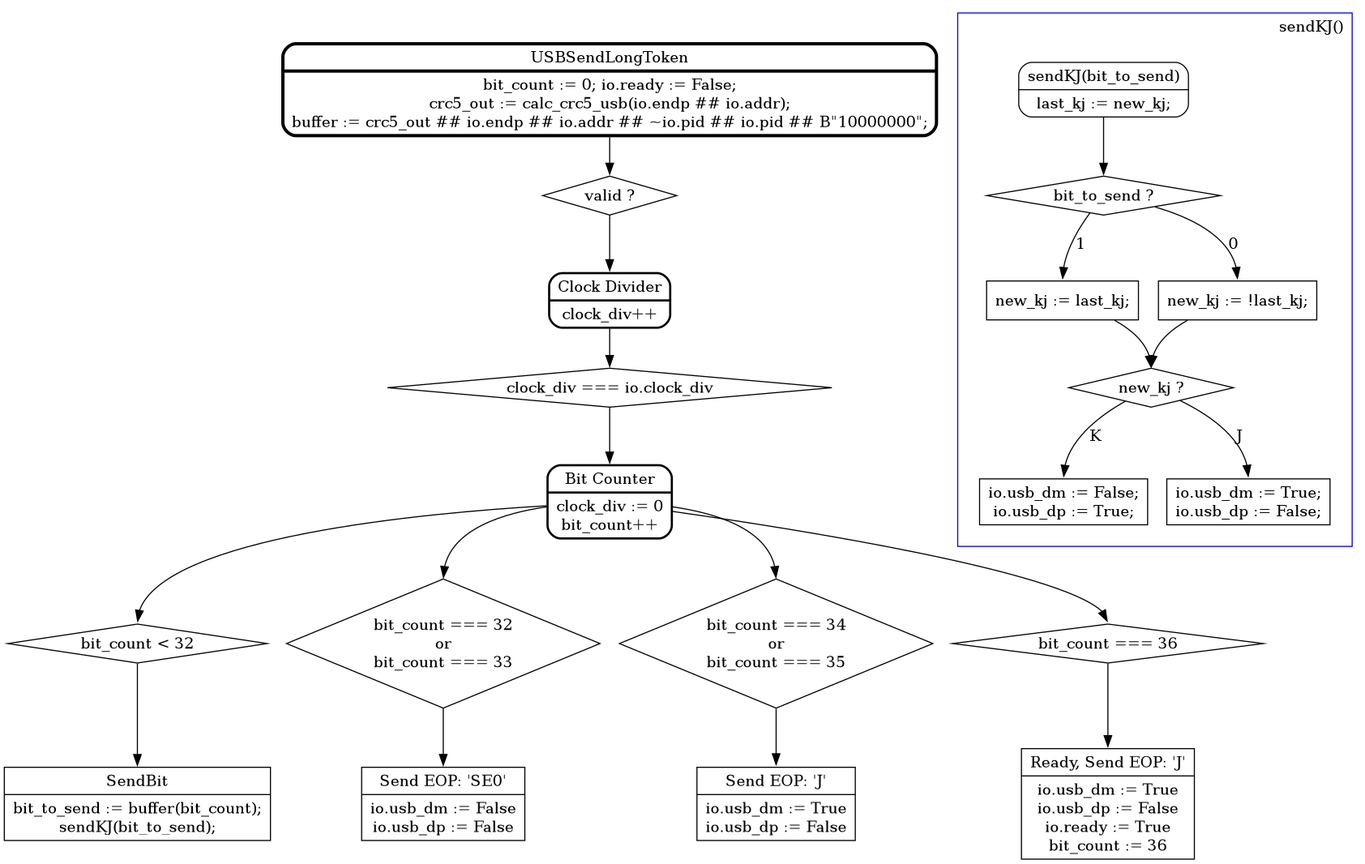
Above: doc/graphs/USB10/USBSendLongToken.png in pointcheck/KarnixSOC (Graphviz), before the change. Its source is kept beside it as doc/graphs/USB10/USBSendLongToken.dot. Its diagram source:
```dot
digraph USBSendLongToken {


	rankdir=TB; // Layout from top to bottom
	node [shape=Mrecord]; // Shape of the nodes



	Init [penwidth=3, label = "{USBSendLongToken|bit_count := 0; io.ready := False;\ncrc5_out := calc_crc5_usb(io.endp ## io.addr);\nbuffer := crc5_out ## io.endp ## io.addr ## ~io.pid ## io.pid ## B\"10000000\";}"];
	Init -> Valid_box; Valid_box [shape = diamond, label = "valid ?"];
	Valid_box -> ClockDiv; ClockDiv [penwidth=2, label = "{Clock Divider|clock_div++}"];
	ClockDiv -> Strobe_box; Strobe_box [shape = diamond, label = "clock_div === io.clock_div"];
	Strobe_box -> CountBits; CountBits [penwidth=2, label = "{Bit Counter|clock_div := 0\nbit_count++}"];

	CountBits -> LessThan32_box:n; LessThan32_box [shape = diamond, label = "bit_count < 32"];
	LessThan32_box -> SendBit; SendBit [shape = record, label = "{SendBit|bit_to_send := buffer(bit_count);\nsendKJ(bit_to_send);}"];

	CountBits -> Is3233:n; Is3233 [shape = diamond, label = "bit_count === 32\nor\nbit_count === 33"]; Is3233 -> Is3233_box; Is3233_box [shape = record, label = "{Send EOP: 'SE0'|io.usb_dm := False\nio.usb_dp := False}"];

	CountBits -> Is3435_box:n; Is3435_box [shape = diamond, label = "bit_count === 34\nor\nbit_count === 35"];
	Is3435_box -> Is3435:n; Is3435 [shape = record, label = "{Send EOP: 'J'|io.usb_dm := True\nio.usb_dp := False}"];

	CountBits -> Is36:n; Is36 [shape = diamond, label = "bit_count === 36"]; Is36 -> Is36_box; Is36_box [shape = record, label = "{Ready, Send EOP: 'J'|io.usb_dm := True\nio.usb_dp := False\nio.ready := True\nbit_count := 36}"];

	subgraph cluster_1 {

		label="sendKJ()"
		labeljust=right
		rankdir=TB;
		color=blue;
		graph[margin="20"]

		sendKJ [label = "{sendKJ(bit_to_send)|last_kj := new_kj;}", rankjustify=min]; sendKJ -> sendKJ_check; sendKJ_check [shape = diamond, label = "bit_to_send ?"];
		sendKJ_check -> sendKJ_remain:n [label = "1"]; sendKJ_remain [shape = box, label = "new_kj := last_kj;"];
		sendKJ_check -> sendKJ_transition:n [label = "0"]; sendKJ_transition [shape = box, label = "new_kj := !last_kj;"];
		sendKJ_remain -> sendKJ_symbol:n;
		sendKJ_transition -> sendKJ_symbol:n;
		sendKJ_symbol [shape = diamond, label = "new_kj ?"];
		sendKJ_symbol -> sendKJ_symbolK:n [label = "K"];
		sendKJ_symbol -> sendKJ_symbolJ:n [label = "J"];
		sendKJ_symbolK [shape = box, label = "io.usb_dm := False;\nio.usb_dp := True;"];
		sendKJ_symbolJ [shape = box, label = "io.usb_dm := True;\nio.usb_dp := False;"];
	}

}
```
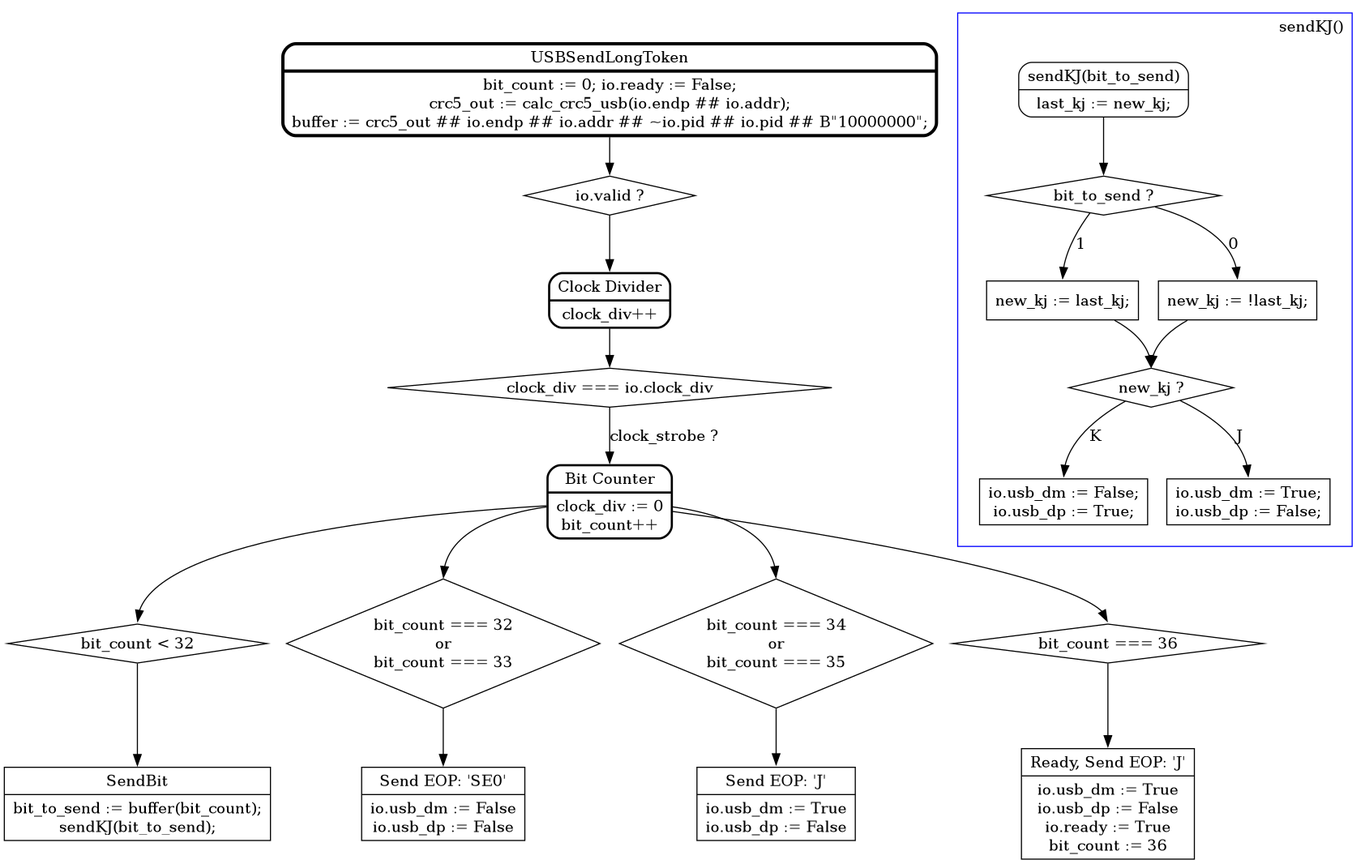
Later version of the same file.

Diff of the diagram source:
```diff
@@ -7,10 +7,10 @@
 
 
 	Init [penwidth=3, label = "{USBSendLongToken|bit_count := 0; io.ready := False;\ncrc5_out := calc_crc5_usb(io.endp ## io.addr);\nbuffer := crc5_out ## io.endp ## io.addr ## ~io.pid ## io.pid ## B\"10000000\";}"];
-	Init -> Valid_box; Valid_box [shape = diamond, label = "valid ?"];
+	Init -> Valid_box; Valid_box [shape = diamond, label = "io.valid ?"];
 	Valid_box -> ClockDiv; ClockDiv [penwidth=2, label = "{Clock Divider|clock_div++}"];
 	ClockDiv -> Strobe_box; Strobe_box [shape = diamond, label = "clock_div === io.clock_div"];
-	Strobe_box -> CountBits; CountBits [penwidth=2, label = "{Bit Counter|clock_div := 0\nbit_count++}"];
+	Strobe_box -> CountBits[label = "clock_strobe ?"]; CountBits [penwidth=2, label = "{Bit Counter|clock_div := 0\nbit_count++}"];
 
 	CountBits -> LessThan32_box:n; LessThan32_box [shape = diamond, label = "bit_count < 32"];
 	LessThan32_box -> SendBit; SendBit [shape = record, label = "{SendBit|bit_to_send := buffer(bit_count);\nsendKJ(bit_to_send);}"];
```
